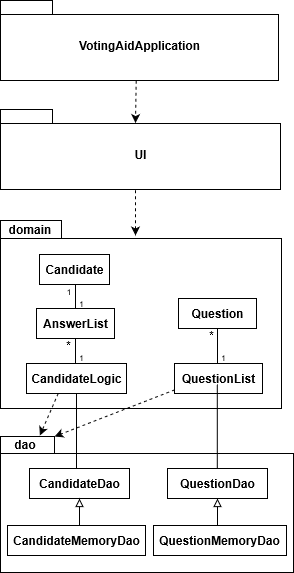
Above: Vaalikone/dokumentaatio/kuvat/luokkakaavio_Vaalikone.png in mlkulmala/ot-harjoitustyo (draw.io), before the change. Source tidied: cells renumbered, new cells last; positions are measured from the earlier drawing's top-left corner, leaving out a move shared by most shapes. Source of this version:
```xml
<mxGraphModel>
  <root>
    <mxCell id="0" />
    <mxCell id="1" parent="0" />
    <mxCell id="2" value="VotingAidApplication" style="shape=folder;fontStyle=1;spacingTop=10;tabWidth=52;tabHeight=14;tabPosition=left;html=1;" parent="1" vertex="1">
      <mxGeometry width="278" height="80" as="geometry" />
    </mxCell>
    <mxCell id="3" value="UI" style="shape=folder;fontStyle=1;spacingTop=10;tabWidth=52;tabHeight=14;tabPosition=left;html=1;" parent="1" vertex="1">
      <mxGeometry y="109" width="280" height="80" as="geometry" />
    </mxCell>
    <mxCell id="4" style="shape=folder;fontStyle=1;spacingTop=10;tabWidth=61;tabHeight=18;tabPosition=left;html=1;" parent="1" vertex="1">
      <mxGeometry y="220" width="281" height="188" as="geometry" />
    </mxCell>
    <mxCell id="5" style="shape=folder;fontStyle=1;spacingTop=10;tabWidth=54;tabHeight=17;tabPosition=left;html=1;" parent="1" vertex="1">
      <mxGeometry y="436" width="293" height="136" as="geometry" />
    </mxCell>
    <mxCell id="6" value="&lt;b&gt;CandidateLogic&lt;/b&gt;" style="html=1;" parent="1" vertex="1">
      <mxGeometry x="26" y="363" width="100" height="30" as="geometry" />
    </mxCell>
    <mxCell id="7" value="&lt;b&gt;Candidate&lt;/b&gt;" style="html=1;" parent="1" vertex="1">
      <mxGeometry x="39" y="254" width="70" height="30" as="geometry" />
    </mxCell>
    <mxCell id="8" value="&lt;b&gt;CandidateDao&lt;/b&gt;" style="html=1;" parent="1" vertex="1">
      <mxGeometry x="29" y="468" width="100" height="30" as="geometry" />
    </mxCell>
    <mxCell id="9" value="&lt;b&gt;CandidateMemoryDao&lt;/b&gt;" style="html=1;" parent="1" vertex="1">
      <mxGeometry x="7" y="525" width="138" height="30" as="geometry" />
    </mxCell>
    <mxCell id="10" style="endArrow=classic;html=1;entryX=0.475;entryY=0.169;entryDx=0;entryDy=0;entryPerimeter=0;dashed=1;exitX=0.488;exitY=1.003;exitDx=0;exitDy=0;exitPerimeter=0;" parent="1" edge="1" source="2">
      <mxGeometry relative="1" as="geometry">
        <mxPoint x="135" y="122.5" as="targetPoint" />
      </mxGeometry>
    </mxCell>
    <mxCell id="11" style="endArrow=classic;html=1;dashed=1;exitX=0.482;exitY=1.009;exitDx=0;exitDy=0;exitPerimeter=0;" parent="1" edge="1" source="3">
      <mxGeometry relative="1" as="geometry">
        <mxPoint x="135" y="235" as="targetPoint" />
      </mxGeometry>
    </mxCell>
    <mxCell id="12" value="&lt;b&gt;dao&lt;/b&gt;" style="text;html=1;strokeColor=none;fillColor=none;align=center;verticalAlign=middle;whiteSpace=wrap;rounded=0;" parent="1" vertex="1">
      <mxGeometry x="5" y="434" width="40" height="20" as="geometry" />
    </mxCell>
    <mxCell id="13" value="&lt;b&gt;domain&lt;/b&gt;" style="text;html=1;strokeColor=none;fillColor=none;align=center;verticalAlign=middle;whiteSpace=wrap;rounded=0;" parent="1" vertex="1">
      <mxGeometry x="10" y="219" width="40" height="20" as="geometry" />
    </mxCell>
    <mxCell id="14" style="endArrow=block;html=1;entryX=0.5;entryY=1;entryDx=0;entryDy=0;endFill=0;" parent="1" edge="1" target="8">
      <mxGeometry relative="1" as="geometry">
        <mxPoint x="79" y="525" as="sourcePoint" />
      </mxGeometry>
    </mxCell>
    <mxCell id="15" style="endArrow=classic;html=1;entryX=0.164;entryY=-0.02;entryDx=0;entryDy=0;entryPerimeter=0;exitX=0.317;exitY=0.996;exitDx=0;exitDy=0;exitPerimeter=0;dashed=1;" parent="1" edge="1" source="6">
      <mxGeometry relative="1" as="geometry">
        <mxPoint x="39.4" y="435" as="targetPoint" />
      </mxGeometry>
    </mxCell>
    <mxCell id="16" value="&lt;b&gt;AnswerList&lt;/b&gt;" style="html=1;" parent="1" vertex="1">
      <mxGeometry x="36" y="308" width="78" height="30" as="geometry" />
    </mxCell>
    <mxCell id="17" value="&lt;b&gt;QuestionList&lt;/b&gt;" style="html=1;" parent="1" vertex="1">
      <mxGeometry x="174" y="363" width="88" height="30" as="geometry" />
    </mxCell>
    <mxCell id="18" value="&lt;b&gt;Question&lt;/b&gt;" style="html=1;" parent="1" vertex="1">
      <mxGeometry x="178" y="298" width="78" height="30" as="geometry" />
    </mxCell>
    <mxCell id="19" style="endArrow=none;html=1;entryX=0.5;entryY=1;entryDx=0;entryDy=0;" parent="1" edge="1" target="16">
      <mxGeometry relative="1" as="geometry">
        <mxPoint x="75" y="363" as="sourcePoint" />
      </mxGeometry>
    </mxCell>
    <mxCell id="20" style="endArrow=none;html=1;entryX=0.5;entryY=1;entryDx=0;entryDy=0;" parent="1" edge="1" target="18">
      <mxGeometry relative="1" as="geometry">
        <mxPoint x="217" y="363" as="sourcePoint" />
      </mxGeometry>
    </mxCell>
    <mxCell id="21" style="endArrow=none;html=1;entryX=0.5;entryY=1;entryDx=0;entryDy=0;exitX=0.5;exitY=0;exitDx=0;exitDy=0;" parent="1" edge="1" source="16">
      <mxGeometry relative="1" as="geometry">
        <mxPoint x="75" y="284" as="targetPoint" />
      </mxGeometry>
    </mxCell>
    <mxCell id="22" value="&lt;b&gt;QuestionMemoryDao&lt;/b&gt;" style="html=1;" parent="1" vertex="1">
      <mxGeometry x="153" y="525" width="133" height="30" as="geometry" />
    </mxCell>
    <mxCell id="23" style="endArrow=block;html=1;entryX=0.5;entryY=1;entryDx=0;entryDy=0;endFill=0;" parent="1" edge="1" target="24">
      <mxGeometry relative="1" as="geometry">
        <mxPoint x="217" y="525" as="sourcePoint" />
      </mxGeometry>
    </mxCell>
    <mxCell id="24" value="&lt;b&gt;QuestionDao&lt;/b&gt;" style="html=1;" parent="1" vertex="1">
      <mxGeometry x="167" y="468" width="100" height="30" as="geometry" />
    </mxCell>
    <mxCell id="25" style="endArrow=none;html=1;entryX=0.5;entryY=1;entryDx=0;entryDy=0;" parent="1" edge="1" target="6">
      <mxGeometry relative="1" as="geometry">
        <mxPoint x="76" y="468" as="sourcePoint" />
      </mxGeometry>
    </mxCell>
    <mxCell id="26" style="endArrow=none;html=1;entryX=0.5;entryY=1;entryDx=0;entryDy=0;" parent="1" edge="1">
      <mxGeometry relative="1" as="geometry">
        <mxPoint x="216.8" y="468" as="sourcePoint" />
        <mxPoint x="216.8" y="383.7" as="targetPoint" />
      </mxGeometry>
    </mxCell>
    <mxCell id="27" style="endArrow=classic;html=1;entryX=0;entryY=0;entryDx=54;entryDy=0;entryPerimeter=0;exitX=0.002;exitY=0.878;exitDx=0;exitDy=0;exitPerimeter=0;dashed=1;" parent="1" edge="1" source="17" target="5">
      <mxGeometry relative="1" as="geometry" />
    </mxCell>
    <mxCell id="28" value="*" style="text;html=1;strokeColor=none;fillColor=none;align=center;verticalAlign=middle;whiteSpace=wrap;rounded=0;" parent="1" vertex="1">
      <mxGeometry x="59" y="341" width="19" height="7" as="geometry" />
    </mxCell>
    <mxCell id="29" value="&lt;font style=&quot;font-size: 8px&quot;&gt;1&lt;/font&gt;" style="text;html=1;strokeColor=none;fillColor=none;align=center;verticalAlign=middle;whiteSpace=wrap;rounded=0;" parent="1" vertex="1">
      <mxGeometry x="75" y="352" width="13" height="7" as="geometry" />
    </mxCell>
    <mxCell id="30" value="&lt;font style=&quot;font-size: 8px&quot;&gt;1&lt;/font&gt;" style="text;html=1;strokeColor=none;fillColor=none;align=center;verticalAlign=middle;whiteSpace=wrap;rounded=0;" parent="1" vertex="1">
      <mxGeometry x="218" y="352" width="11" height="7" as="geometry" />
    </mxCell>
    <mxCell id="31" value="*" style="text;html=1;strokeColor=none;fillColor=none;align=center;verticalAlign=middle;whiteSpace=wrap;rounded=0;" parent="1" vertex="1">
      <mxGeometry x="202" y="331" width="19" height="7" as="geometry" />
    </mxCell>
    <mxCell id="32" value="&lt;font style=&quot;font-size: 8px&quot;&gt;1&lt;/font&gt;" style="text;html=1;strokeColor=none;fillColor=none;align=center;verticalAlign=middle;whiteSpace=wrap;rounded=0;" parent="1" vertex="1">
      <mxGeometry x="76" y="298" width="11" height="7" as="geometry" />
    </mxCell>
    <mxCell id="33" value="&lt;font style=&quot;font-size: 8px&quot;&gt;1&lt;/font&gt;" style="text;html=1;strokeColor=none;fillColor=none;align=center;verticalAlign=middle;whiteSpace=wrap;rounded=0;" parent="1" vertex="1">
      <mxGeometry x="63.5" y="286" width="10" height="7" as="geometry" />
    </mxCell>
  </root>
</mxGraphModel>
```
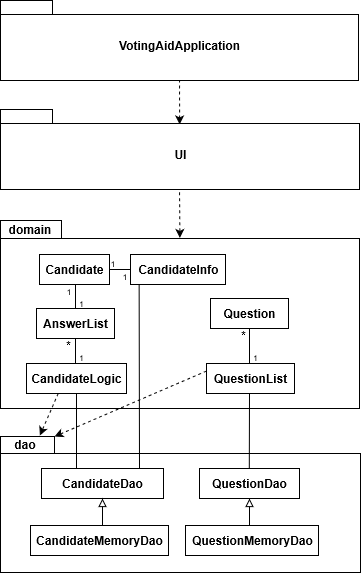
After the commit.

Commit message:
luokkakaavio päivitetty

Diff of the diagram source:
```diff
@@ -2,17 +2,23 @@
   <root>
     <mxCell id="0" />
     <mxCell id="1" parent="0" />
+    <mxCell id="10" style="endArrow=classic;html=1;entryX=0.499;entryY=0.199;entryDx=0;entryDy=0;entryPerimeter=0;dashed=1;exitX=0.5;exitY=1;exitDx=0;exitDy=0;exitPerimeter=0;" parent="1" edge="1">
+      <mxGeometry relative="1" as="geometry">
+        <mxPoint x="179" y="79" as="sourcePoint" />
+        <mxPoint x="179.1" y="123.9" as="targetPoint" />
+      </mxGeometry>
+    </mxCell>
     <mxCell id="2" value="VotingAidApplication" style="shape=folder;fontStyle=1;spacingTop=10;tabWidth=52;tabHeight=14;tabPosition=left;html=1;" parent="1" vertex="1">
-      <mxGeometry width="278" height="80" as="geometry" />
+      <mxGeometry width="358" height="80" as="geometry" />
     </mxCell>
     <mxCell id="3" value="UI" style="shape=folder;fontStyle=1;spacingTop=10;tabWidth=52;tabHeight=14;tabPosition=left;html=1;" parent="1" vertex="1">
-      <mxGeometry y="109" width="280" height="80" as="geometry" />
+      <mxGeometry y="109" width="359" height="80" as="geometry" />
     </mxCell>
     <mxCell id="4" style="shape=folder;fontStyle=1;spacingTop=10;tabWidth=61;tabHeight=18;tabPosition=left;html=1;" parent="1" vertex="1">
-      <mxGeometry y="220" width="281" height="188" as="geometry" />
+      <mxGeometry y="220" width="359" height="188" as="geometry" />
     </mxCell>
     <mxCell id="5" style="shape=folder;fontStyle=1;spacingTop=10;tabWidth=54;tabHeight=17;tabPosition=left;html=1;" parent="1" vertex="1">
-      <mxGeometry y="436" width="293" height="136" as="geometry" />
+      <mxGeometry y="436" width="360" height="136" as="geometry" />
     </mxCell>
     <mxCell id="6" value="&lt;b&gt;CandidateLogic&lt;/b&gt;" style="html=1;" parent="1" vertex="1">
       <mxGeometry x="26" y="363" width="100" height="30" as="geometry" />
@@ -21,19 +27,15 @@
       <mxGeometry x="39" y="254" width="70" height="30" as="geometry" />
     </mxCell>
     <mxCell id="8" value="&lt;b&gt;CandidateDao&lt;/b&gt;" style="html=1;" parent="1" vertex="1">
-      <mxGeometry x="29" y="468" width="100" height="30" as="geometry" />
+      <mxGeometry x="41" y="468" width="122" height="30" as="geometry" />
     </mxCell>
     <mxCell id="9" value="&lt;b&gt;CandidateMemoryDao&lt;/b&gt;" style="html=1;" parent="1" vertex="1">
-      <mxGeometry x="7" y="525" width="138" height="30" as="geometry" />
+      <mxGeometry x="30" y="525" width="138" height="30" as="geometry" />
     </mxCell>
-    <mxCell id="10" style="endArrow=classic;html=1;entryX=0.475;entryY=0.169;entryDx=0;entryDy=0;entryPerimeter=0;dashed=1;exitX=0.488;exitY=1.003;exitDx=0;exitDy=0;exitPerimeter=0;" parent="1" edge="1" source="2">
-      <mxGeometry relative="1" as="geometry">
-        <mxPoint x="135" y="122.5" as="targetPoint" />
-      </mxGeometry>
-    </mxCell>
-    <mxCell id="11" style="endArrow=classic;html=1;dashed=1;exitX=0.482;exitY=1.009;exitDx=0;exitDy=0;exitPerimeter=0;" parent="1" edge="1" source="3">
+    <mxCell id="11" style="endArrow=classic;html=1;dashed=1;exitX=0.482;exitY=1.009;exitDx=0;exitDy=0;exitPerimeter=0;entryX=0.483;entryY=0.082;entryDx=0;entryDy=0;entryPerimeter=0;" parent="1" edge="1">
       <mxGeometry relative="1" as="geometry">
-        <mxPoint x="135" y="235" as="targetPoint" />
+        <mxPoint x="179" y="191.7" as="sourcePoint" />
+        <mxPoint x="179.4" y="237.4" as="targetPoint" />
       </mxGeometry>
     </mxCell>
     <mxCell id="12" value="&lt;b&gt;dao&lt;/b&gt;" style="text;html=1;strokeColor=none;fillColor=none;align=center;verticalAlign=middle;whiteSpace=wrap;rounded=0;" parent="1" vertex="1">
@@ -44,7 +46,7 @@
     </mxCell>
     <mxCell id="14" style="endArrow=block;html=1;entryX=0.5;entryY=1;entryDx=0;entryDy=0;endFill=0;" parent="1" edge="1" target="8">
       <mxGeometry relative="1" as="geometry">
-        <mxPoint x="79" y="525" as="sourcePoint" />
+        <mxPoint x="102" y="525" as="sourcePoint" />
       </mxGeometry>
     </mxCell>
     <mxCell id="15" style="endArrow=classic;html=1;entryX=0.164;entryY=-0.02;entryDx=0;entryDy=0;entryPerimeter=0;exitX=0.317;exitY=0.996;exitDx=0;exitDy=0;exitPerimeter=0;dashed=1;" parent="1" edge="1" source="6">
@@ -56,10 +58,10 @@
       <mxGeometry x="36" y="308" width="78" height="30" as="geometry" />
     </mxCell>
     <mxCell id="17" value="&lt;b&gt;QuestionList&lt;/b&gt;" style="html=1;" parent="1" vertex="1">
-      <mxGeometry x="174" y="363" width="88" height="30" as="geometry" />
+      <mxGeometry x="206" y="363" width="88" height="30" as="geometry" />
     </mxCell>
     <mxCell id="18" value="&lt;b&gt;Question&lt;/b&gt;" style="html=1;" parent="1" vertex="1">
-      <mxGeometry x="178" y="298" width="78" height="30" as="geometry" />
+      <mxGeometry x="210" y="298" width="78" height="30" as="geometry" />
     </mxCell>
     <mxCell id="19" style="endArrow=none;html=1;entryX=0.5;entryY=1;entryDx=0;entryDy=0;" parent="1" edge="1" target="16">
       <mxGeometry relative="1" as="geometry">
@@ -68,7 +70,7 @@
     </mxCell>
     <mxCell id="20" style="endArrow=none;html=1;entryX=0.5;entryY=1;entryDx=0;entryDy=0;" parent="1" edge="1" target="18">
       <mxGeometry relative="1" as="geometry">
-        <mxPoint x="217" y="363" as="sourcePoint" />
+        <mxPoint x="249" y="363" as="sourcePoint" />
       </mxGeometry>
     </mxCell>
     <mxCell id="21" style="endArrow=none;html=1;entryX=0.5;entryY=1;entryDx=0;entryDy=0;exitX=0.5;exitY=0;exitDx=0;exitDy=0;" parent="1" edge="1" source="16">
@@ -77,28 +79,28 @@
       </mxGeometry>
     </mxCell>
     <mxCell id="22" value="&lt;b&gt;QuestionMemoryDao&lt;/b&gt;" style="html=1;" parent="1" vertex="1">
-      <mxGeometry x="153" y="525" width="133" height="30" as="geometry" />
+      <mxGeometry x="185" y="525" width="133" height="30" as="geometry" />
     </mxCell>
     <mxCell id="23" style="endArrow=block;html=1;entryX=0.5;entryY=1;entryDx=0;entryDy=0;endFill=0;" parent="1" edge="1" target="24">
       <mxGeometry relative="1" as="geometry">
-        <mxPoint x="217" y="525" as="sourcePoint" />
+        <mxPoint x="249" y="525" as="sourcePoint" />
       </mxGeometry>
     </mxCell>
     <mxCell id="24" value="&lt;b&gt;QuestionDao&lt;/b&gt;" style="html=1;" parent="1" vertex="1">
-      <mxGeometry x="167" y="468" width="100" height="30" as="geometry" />
+      <mxGeometry x="199" y="468" width="100" height="30" as="geometry" />
     </mxCell>
     <mxCell id="25" style="endArrow=none;html=1;entryX=0.5;entryY=1;entryDx=0;entryDy=0;" parent="1" edge="1" target="6">
       <mxGeometry relative="1" as="geometry">
         <mxPoint x="76" y="468" as="sourcePoint" />
       </mxGeometry>
     </mxCell>
-    <mxCell id="26" style="endArrow=none;html=1;entryX=0.5;entryY=1;entryDx=0;entryDy=0;" parent="1" edge="1">
+    <mxCell id="26" style="endArrow=none;html=1;" parent="1" edge="1">
       <mxGeometry relative="1" as="geometry">
-        <mxPoint x="216.8" y="468" as="sourcePoint" />
-        <mxPoint x="216.8" y="383.7" as="targetPoint" />
+        <mxPoint x="248.8" y="468" as="sourcePoint" />
+        <mxPoint x="249" y="393" as="targetPoint" />
       </mxGeometry>
     </mxCell>
-    <mxCell id="27" style="endArrow=classic;html=1;entryX=0;entryY=0;entryDx=54;entryDy=0;entryPerimeter=0;exitX=0.002;exitY=0.878;exitDx=0;exitDy=0;exitPerimeter=0;dashed=1;" parent="1" edge="1" source="17" target="5">
+    <mxCell id="27" style="endArrow=classic;html=1;entryX=0;entryY=0;entryDx=54;entryDy=0;entryPerimeter=0;exitX=0;exitY=0.25;exitDx=0;exitDy=0;dashed=1;" parent="1" edge="1" source="17" target="5">
       <mxGeometry relative="1" as="geometry" />
     </mxCell>
     <mxCell id="28" value="*" style="text;html=1;strokeColor=none;fillColor=none;align=center;verticalAlign=middle;whiteSpace=wrap;rounded=0;" parent="1" vertex="1">
@@ -108,10 +110,10 @@
       <mxGeometry x="75" y="352" width="13" height="7" as="geometry" />
     </mxCell>
     <mxCell id="30" value="&lt;font style=&quot;font-size: 8px&quot;&gt;1&lt;/font&gt;" style="text;html=1;strokeColor=none;fillColor=none;align=center;verticalAlign=middle;whiteSpace=wrap;rounded=0;" parent="1" vertex="1">
-      <mxGeometry x="218" y="352" width="11" height="7" as="geometry" />
+      <mxGeometry x="250" y="352" width="11" height="7" as="geometry" />
     </mxCell>
     <mxCell id="31" value="*" style="text;html=1;strokeColor=none;fillColor=none;align=center;verticalAlign=middle;whiteSpace=wrap;rounded=0;" parent="1" vertex="1">
-      <mxGeometry x="202" y="331" width="19" height="7" as="geometry" />
+      <mxGeometry x="234" y="331" width="19" height="7" as="geometry" />
     </mxCell>
     <mxCell id="32" value="&lt;font style=&quot;font-size: 8px&quot;&gt;1&lt;/font&gt;" style="text;html=1;strokeColor=none;fillColor=none;align=center;verticalAlign=middle;whiteSpace=wrap;rounded=0;" parent="1" vertex="1">
       <mxGeometry x="76" y="298" width="11" height="7" as="geometry" />
@@ -119,5 +121,22 @@
     <mxCell id="33" value="&lt;font style=&quot;font-size: 8px&quot;&gt;1&lt;/font&gt;" style="text;html=1;strokeColor=none;fillColor=none;align=center;verticalAlign=middle;whiteSpace=wrap;rounded=0;" parent="1" vertex="1">
       <mxGeometry x="63.5" y="286" width="10" height="7" as="geometry" />
     </mxCell>
+    <mxCell id="34" style="endArrow=none;html=1;entryX=0.091;entryY=0.93;entryDx=0;entryDy=0;entryPerimeter=0;" parent="1" edge="1" target="36">
+      <mxGeometry relative="1" as="geometry">
+        <mxPoint x="139" y="468" as="sourcePoint" />
+      </mxGeometry>
+    </mxCell>
+    <mxCell id="35" style="endArrow=none;html=1;entryX=0;entryY=0.5;entryDx=0;entryDy=0;exitX=1;exitY=0.5;exitDx=0;exitDy=0;" parent="1" edge="1" source="7" target="36">
+      <mxGeometry relative="1" as="geometry" />
+    </mxCell>
+    <mxCell id="36" value="&lt;b&gt;CandidateInfo&lt;/b&gt;" style="html=1;" parent="1" vertex="1">
+      <mxGeometry x="130" y="254" width="95" height="30" as="geometry" />
+    </mxCell>
+    <mxCell id="37" value="&lt;font style=&quot;font-size: 8px&quot;&gt;1&lt;/font&gt;" style="text;html=1;strokeColor=none;fillColor=none;align=center;verticalAlign=middle;whiteSpace=wrap;rounded=0;" parent="1" vertex="1">
+      <mxGeometry x="108" y="258" width="10" height="7" as="geometry" />
+    </mxCell>
+    <mxCell id="38" value="&lt;font style=&quot;font-size: 8px&quot;&gt;1&lt;/font&gt;" style="text;html=1;strokeColor=none;fillColor=none;align=center;verticalAlign=middle;whiteSpace=wrap;rounded=0;" parent="1" vertex="1">
+      <mxGeometry x="120" y="271" width="10" height="7" as="geometry" />
+    </mxCell>
   </root>
 </mxGraphModel>
```
